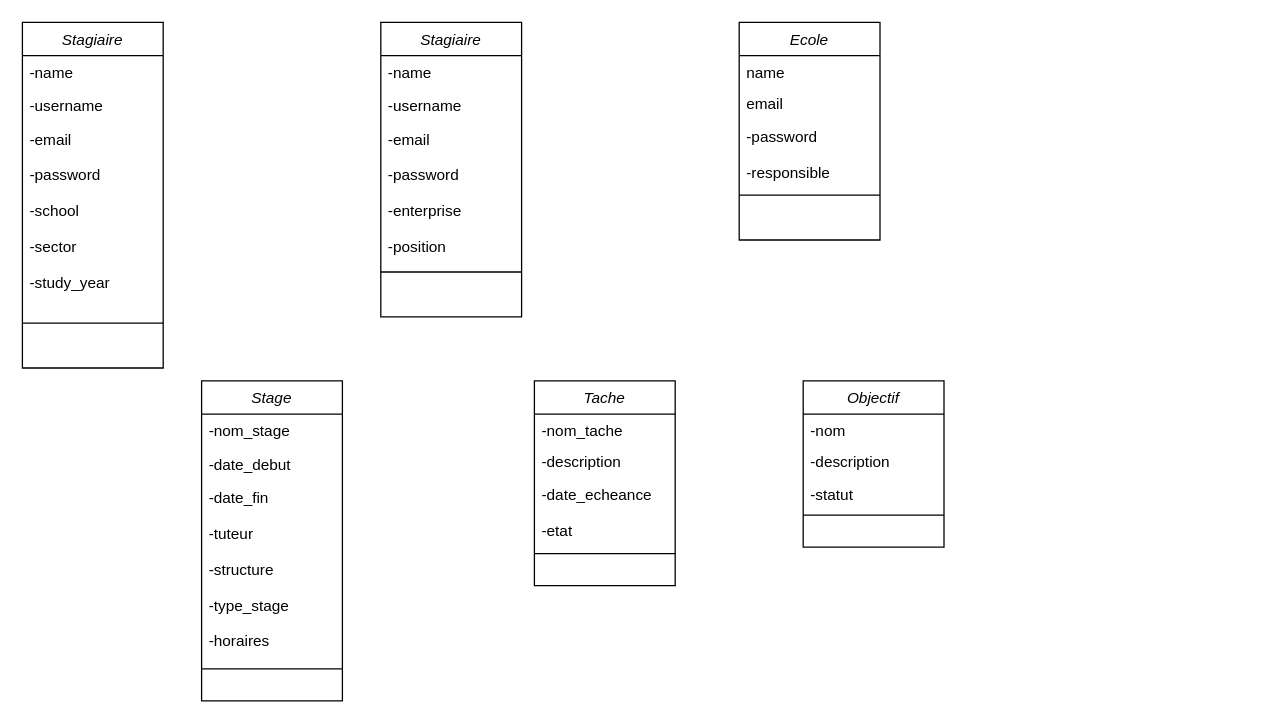
Before: public/Diagramme sans nom.drawio in A2blackMZ/Sams-Dine-ALIDOU, a draw.io diagram. Source tidied: cells renumbered, new cells numbered last; positions are measured from the earlier drawing's top-left corner, leaving out a move shared by most shapes. Both pictures are drawn from the tidied source at 128%, with x=0, y=0 at pixel (22, 22).
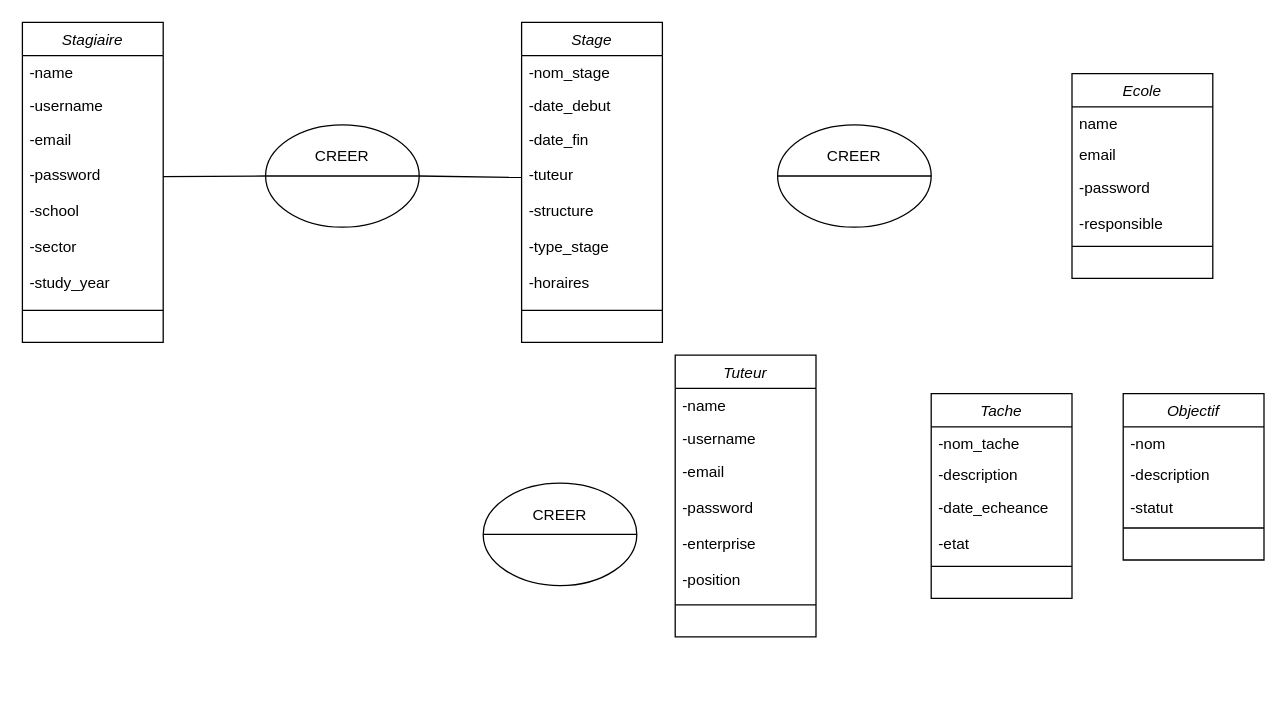
The same diagram, later.

Commit message (it also covers changes not shown here):
Mettre à jour Diagramme sans nom.drawio

The change refers to these unchanged cells:
```xml
<mxCell id="5" value="-email&#10;&#10;-password&#10;&#10;-school&#10;&#10;-sector&#10;&#10;-study_year" style="text;align=left;verticalAlign=top;spacingLeft=4;spacingRight=4;overflow=hidden;points=[[0,0.5],[1,0.5]];portConstraint=eastwest;rounded=0;shadow=0;html=0;" parent="2" vertex="1">
  <mxGeometry y="78" width="110" height="142" as="geometry" />
</mxCell>
<mxCell id="20" value="-date_fin&#10;&#10;-tuteur&#10;&#10;-structure&#10;&#10;-type_stage&#10;&#10;-horaires" style="text;align=left;verticalAlign=top;spacingLeft=4;spacingRight=4;overflow=hidden;points=[[0,0.5],[1,0.5]];portConstraint=eastwest;rounded=0;shadow=0;html=0;" parent="17" vertex="1">
  <mxGeometry y="78" width="110" height="132" as="geometry" />
</mxCell>
```

Diff of the diagram source:
```diff
@@
     <mxCell id="2" value="Stagiaire" style="swimlane;fontStyle=2;align=center;verticalAlign=top;horizontal=1;startSize=26;rounded=0;shadow=0;strokeWidth=1;" parent="1" vertex="1">
-      <mxGeometry width="110" height="270" as="geometry" />
+      <mxGeometry width="110" height="250" as="geometry" />
     </mxCell>
@@
     <mxCell id="6" style="line;html=1;strokeWidth=1;align=left;verticalAlign=middle;spacingTop=-1;spacingLeft=3;spacingRight=3;labelPosition=right;" parent="2" vertex="1">
-      <mxGeometry y="220" width="110" height="30" as="geometry" />
+      <mxGeometry y="220" width="110" height="10" as="geometry" />
     </mxCell>
-    <mxCell id="7" value="Stagiaire" style="swimlane;fontStyle=2;align=center;verticalAlign=top;horizontal=1;startSize=26;rounded=0;shadow=0;strokeWidth=1;" parent="1" vertex="1">
-      <mxGeometry x="280" width="110" height="230" as="geometry" />
+    <mxCell id="7" value="Tuteur" style="swimlane;fontStyle=2;align=center;verticalAlign=top;horizontal=1;startSize=26;rounded=0;shadow=0;strokeWidth=1;" parent="1" vertex="1">
+      <mxGeometry x="510" y="260" width="110" height="220" as="geometry" />
     </mxCell>
@@
     <mxCell id="12" value="Ecole" style="swimlane;fontStyle=2;align=center;verticalAlign=top;horizontal=1;startSize=26;rounded=0;shadow=0;strokeWidth=1;" parent="1" vertex="1">
-      <mxGeometry x="560" width="110" height="170" as="geometry" />
+      <mxGeometry x="820" y="40" width="110" height="160" as="geometry" />
     </mxCell>
@@
     <mxCell id="17" value="Stage" style="swimlane;fontStyle=2;align=center;verticalAlign=top;horizontal=1;startSize=26;rounded=0;shadow=0;strokeWidth=1;" parent="1" vertex="1">
-      <mxGeometry x="140" y="280" width="110" height="250" as="geometry" />
+      <mxGeometry x="390" width="110" height="250" as="geometry" />
     </mxCell>
@@
     <mxCell id="22" value="Tache" style="swimlane;fontStyle=2;align=center;verticalAlign=top;horizontal=1;startSize=26;rounded=0;shadow=0;strokeWidth=1;" parent="1" vertex="1">
-      <mxGeometry x="400" y="280" width="110" height="160" as="geometry" />
+      <mxGeometry x="710" y="290" width="110" height="160" as="geometry" />
     </mxCell>
@@
     <mxCell id="27" value="Objectif" style="swimlane;fontStyle=2;align=center;verticalAlign=top;horizontal=1;startSize=26;rounded=0;shadow=0;strokeWidth=1;" parent="1" vertex="1">
-      <mxGeometry x="610" y="280" width="110" height="130" as="geometry" />
+      <mxGeometry x="860" y="290" width="110" height="130" as="geometry" />
     </mxCell>
@@
+    <mxCell id="32" style="ellipse;whiteSpace=wrap;html=1;" parent="1" vertex="1">
+      <mxGeometry x="190" y="80" width="120" height="80" as="geometry" />
+    </mxCell>
+    <mxCell id="33" style="endArrow=none;html=1;rounded=0;exitX=0;exitY=0.5;exitDx=0;exitDy=0;entryX=1;entryY=0.5;entryDx=0;entryDy=0;" parent="1" edge="1" source="32" target="32">
+      <mxGeometry relative="1" as="geometry" />
+    </mxCell>
+    <mxCell id="34" value="CREER" style="text;html=1;align=center;verticalAlign=middle;whiteSpace=wrap;rounded=0;" parent="1" vertex="1">
+      <mxGeometry x="220" y="90" width="60" height="30" as="geometry" />
+    </mxCell>
+    <mxCell id="35" style="ellipse;whiteSpace=wrap;html=1;" parent="1" vertex="1">
+      <mxGeometry x="590" y="80" width="120" height="80" as="geometry" />
+    </mxCell>
+    <mxCell id="36" style="ellipse;whiteSpace=wrap;html=1;" parent="1" vertex="1">
+      <mxGeometry x="360" y="360" width="120" height="80" as="geometry" />
+    </mxCell>
+    <mxCell id="37" value="CREER" style="text;html=1;align=center;verticalAlign=middle;whiteSpace=wrap;rounded=0;" parent="1" vertex="1">
+      <mxGeometry x="390" y="370" width="60" height="30" as="geometry" />
+    </mxCell>
+    <mxCell id="38" style="endArrow=none;html=1;rounded=0;exitX=0;exitY=0.5;exitDx=0;exitDy=0;" parent="1" edge="1" source="36">
+      <mxGeometry relative="1" as="geometry">
+        <mxPoint x="480" y="400" as="targetPoint" />
+      </mxGeometry>
+    </mxCell>
+    <mxCell id="39" value="CREER" style="text;html=1;align=center;verticalAlign=middle;whiteSpace=wrap;rounded=0;" parent="1" vertex="1">
+      <mxGeometry x="620" y="90" width="60" height="30" as="geometry" />
+    </mxCell>
+    <mxCell id="40" style="endArrow=none;html=1;rounded=0;entryX=1;entryY=0.5;entryDx=0;entryDy=0;exitX=0;exitY=0.5;exitDx=0;exitDy=0;" parent="1" edge="1" source="35" target="35">
+      <mxGeometry relative="1" as="geometry" />
+    </mxCell>
+    <mxCell id="41" style="endArrow=none;html=1;rounded=0;exitX=1;exitY=0.5;exitDx=0;exitDy=0;entryX=-0.004;entryY=0.327;entryDx=0;entryDy=0;entryPerimeter=0;" parent="1" edge="1" source="32" target="20">
+      <mxGeometry relative="1" as="geometry" />
+    </mxCell>
+    <mxCell id="42" style="endArrow=none;html=1;rounded=0;exitX=1;exitY=0.299;exitDx=0;exitDy=0;entryX=0;entryY=0.5;entryDx=0;entryDy=0;exitPerimeter=0;" parent="1" edge="1" source="5" target="32">
+      <mxGeometry relative="1" as="geometry" />
+    </mxCell>
```
